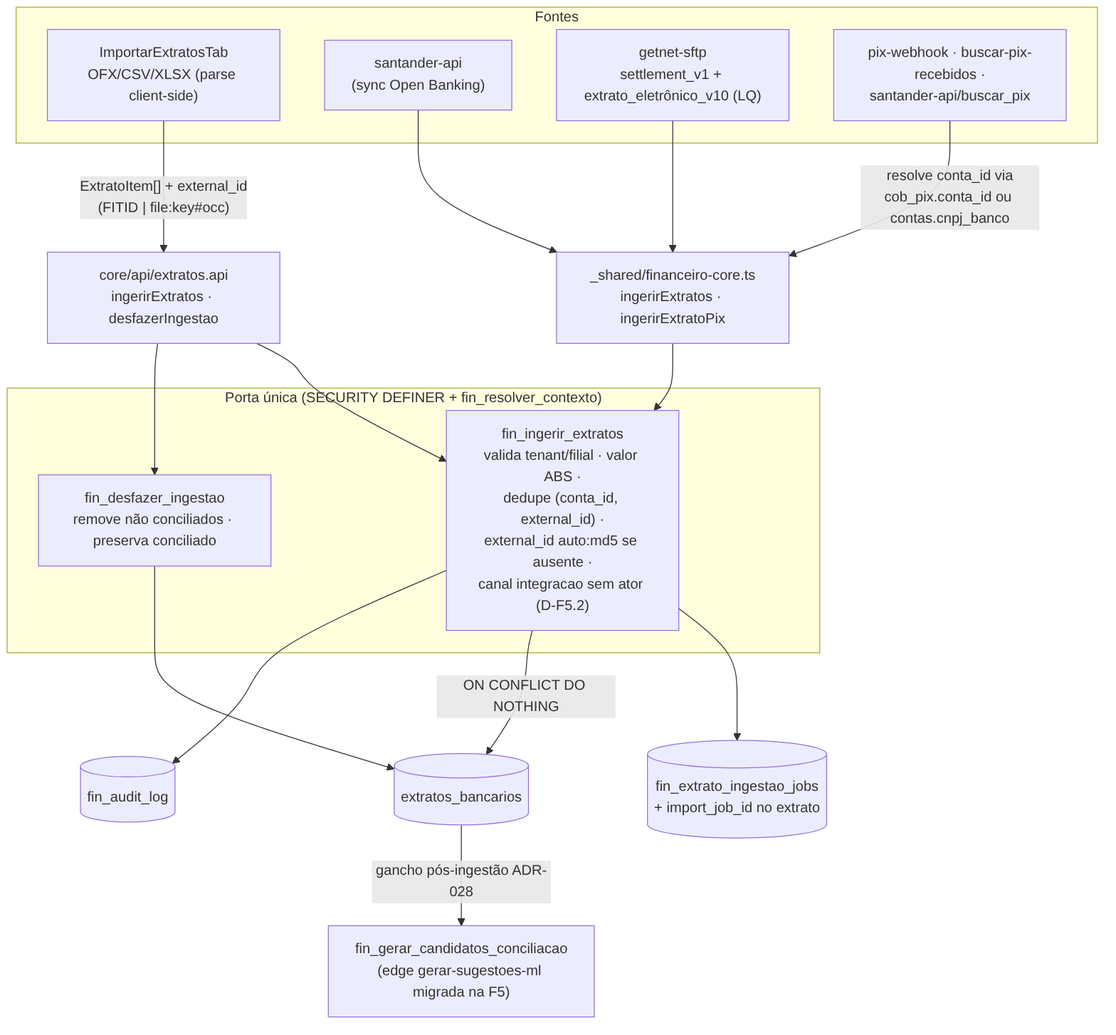
This is docs/diagramas/exports/fluxo-financeiro_7.png from adrianoapc/igreja-carvalho, a Mermaid export, as it was before one commit. Its source is kept beside it as docs/diagramas/exports/fluxo-financeiro_7.mmd.
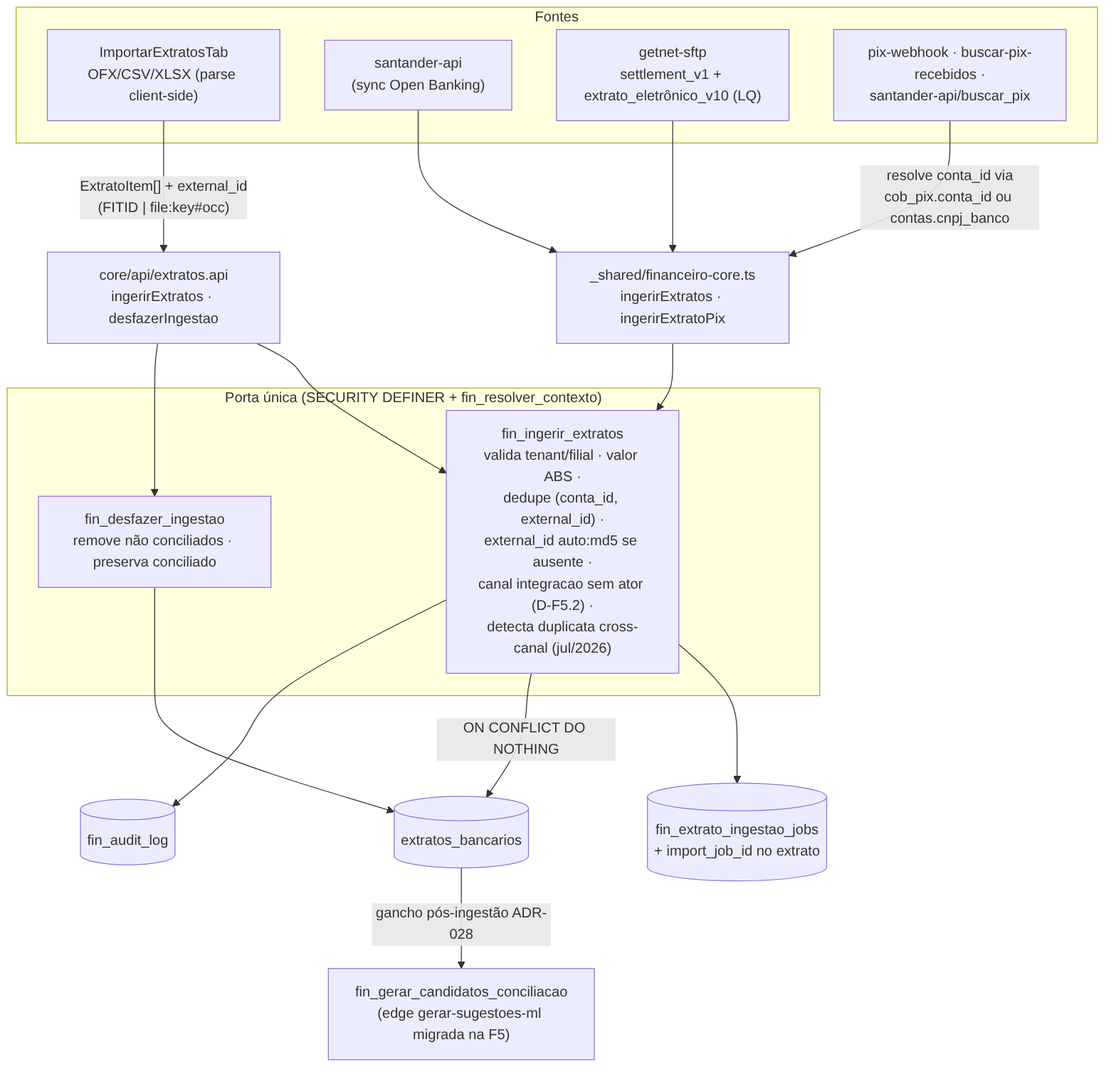
The same diagram one commit later.

What changed in the source:
```diff
@@ -14,7 +14,7 @@
     PIX -->|"resolve conta_id via\ncob_pix.conta_id ou contas.cnpj_banco"| SHIM
 
     subgraph RPC["Porta única (SECURITY DEFINER + fin_resolver_contexto)"]
-        ING["fin_ingerir_extratos\nvalida tenant/filial · valor ABS ·\ndedupe (conta_id, external_id) ·\nexternal_id auto:md5 se ausente ·\ncanal integracao sem ator (D-F5.2)"]
+        ING["fin_ingerir_extratos\nvalida tenant/filial · valor ABS ·\ndedupe (conta_id, external_id) ·\nexternal_id auto:md5 se ausente ·\ncanal integracao sem ator (D-F5.2) ·\ndetecta duplicata cross-canal (jul/2026)"]
         UNDO["fin_desfazer_ingestao\nremove não conciliados · preserva conciliado"]
     end
     EAPI --> ING
```
